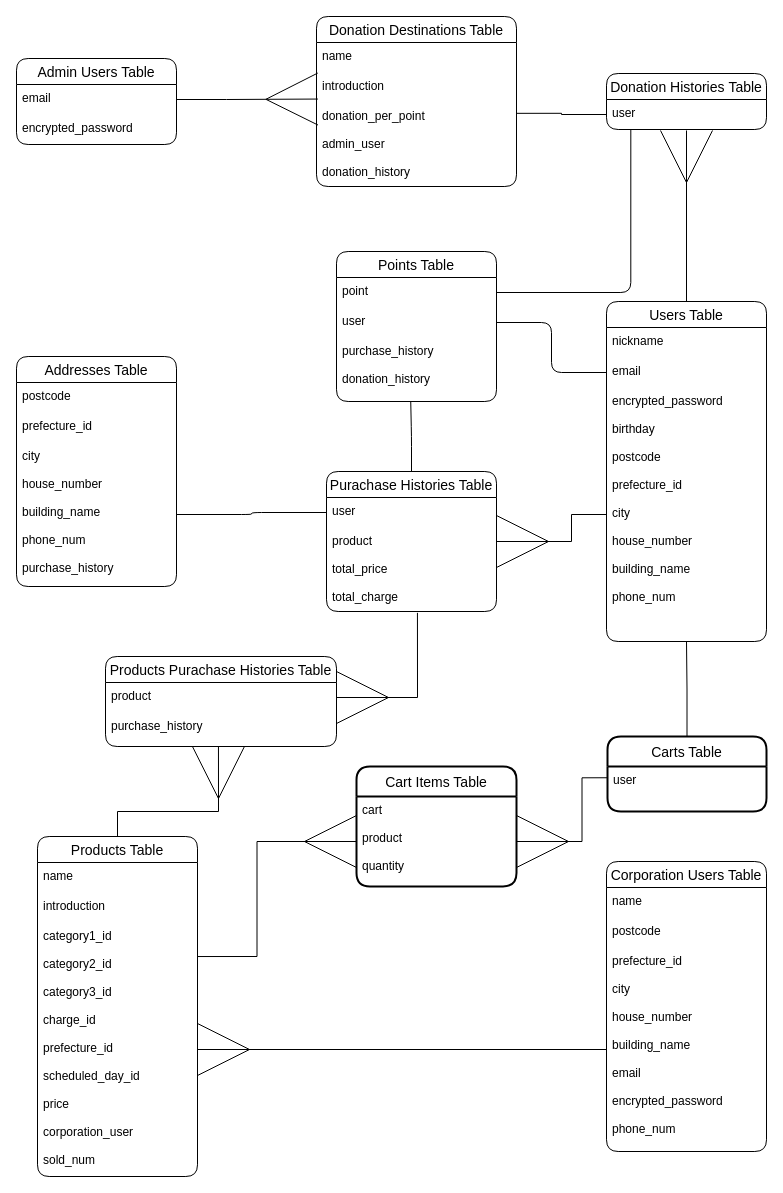
Above: sc.dio in nishipee/sc_app (draw.io), before the change. Source tidied: cells renumbered, new cells numbered last; positions are measured from the earlier drawing's top-left corner, leaving out a move shared by most shapes. Both pictures are drawn from the tidied source at 100%, with x=0, y=0 at pixel (16, 16).
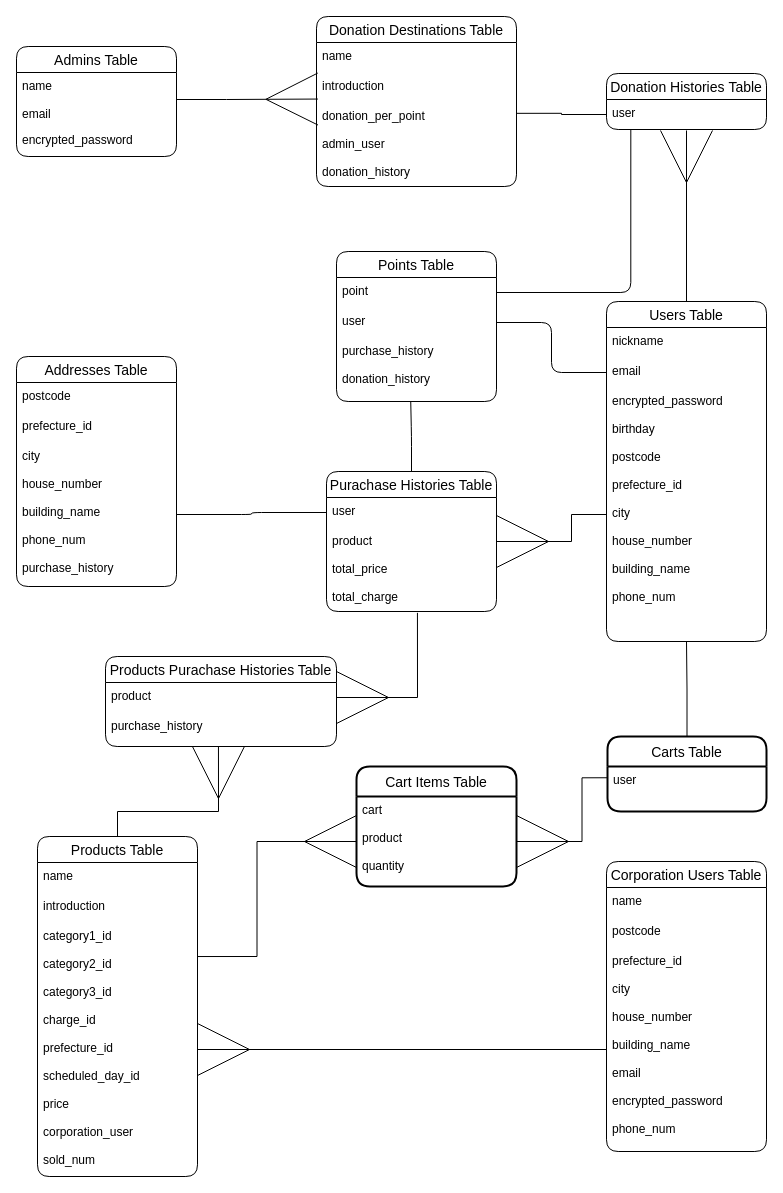
After the change.

The edit, as a diff of the source:
```diff
@@
-    <mxCell id="28" value="Admin Users Table" style="swimlane;fontStyle=0;horizontal=1;startSize=26;align=center;fontSize=14;rounded=1;" parent="1" vertex="1">
-      <mxGeometry y="42" width="160" height="86" as="geometry" />
+    <mxCell id="28" value="Admins Table" style="swimlane;fontStyle=0;horizontal=1;startSize=26;align=center;fontSize=14;rounded=1;" parent="1" vertex="1">
+      <mxGeometry y="30" width="160" height="110" as="geometry" />
     </mxCell>
-    <mxCell id="29" value="email" style="text;strokeColor=none;fillColor=none;spacingLeft=4;spacingRight=4;overflow=hidden;points=[[0,0.5],[1,0.5]];portConstraint=eastwest;fontSize=12;" parent="28" vertex="1">
-      <mxGeometry y="26" width="160" height="30" as="geometry" />
+    <mxCell id="29" value="name&#10;&#10;email" style="text;strokeColor=none;fillColor=none;spacingLeft=4;spacingRight=4;overflow=hidden;points=[[0,0.5],[1,0.5]];portConstraint=eastwest;fontSize=12;" parent="28" vertex="1">
+      <mxGeometry y="26" width="160" height="54" as="geometry" />
     </mxCell>
     <mxCell id="30" value="encrypted_password" style="text;strokeColor=none;fillColor=none;spacingLeft=4;spacingRight=4;overflow=hidden;fontSize=12;" parent="28" vertex="1">
-      <mxGeometry y="56" width="160" height="30" as="geometry" />
+      <mxGeometry y="80" width="160" height="30" as="geometry" />
     </mxCell>
```
